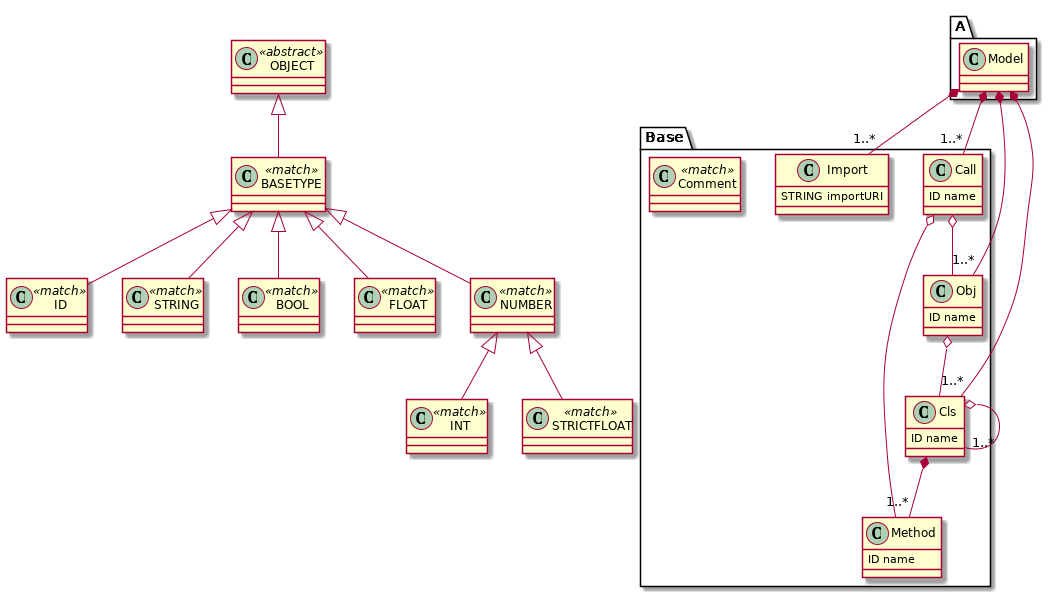
This is examples/render_all_grammars/pu/tests_functional_test_scoping_metamodel_provider3_A.png from textX/textX, a PlantUML export, as it was before one commit. Its diagram source:
```plantuml
@startuml
            set namespaceSeparator .
        A.Model *-- "1..*" Base.Import
A.Model *-- "1..*" Base.Cls
A.Model *-- "1..*" Base.Obj
A.Model *-- "1..*" Base.Call
class A.Model  {
}


class ID <<match>> {
}


class STRING <<match>> {
}


class BOOL <<match>> {
}


class INT <<match>> {
}


class FLOAT <<match>> {
}


class STRICTFLOAT <<match>> {
}


class NUMBER <<match>> {
}

NUMBER <|-- STRICTFLOAT
NUMBER <|-- INT

class BASETYPE <<match>> {
}

BASETYPE <|-- NUMBER
BASETYPE <|-- FLOAT
BASETYPE <|-- BOOL
BASETYPE <|-- ID
BASETYPE <|-- STRING

class OBJECT <<abstract>> {
}

OBJECT <|-- BASETYPE

Base.Cls o-- "1..*" Base.Cls
Base.Cls *-- "1..*" Base.Method
class Base.Cls  {
ID name
}


class Base.Method  {
ID name
}


Base.Obj o-- Base.Cls
class Base.Obj  {
ID name
}


Base.Call o-- Base.Obj
Base.Call o-- Base.Method
class Base.Call  {
ID name
}


class Base.Import  {
STRING importURI
}


class Base.Comment <<match>> {
}


@enduml
```
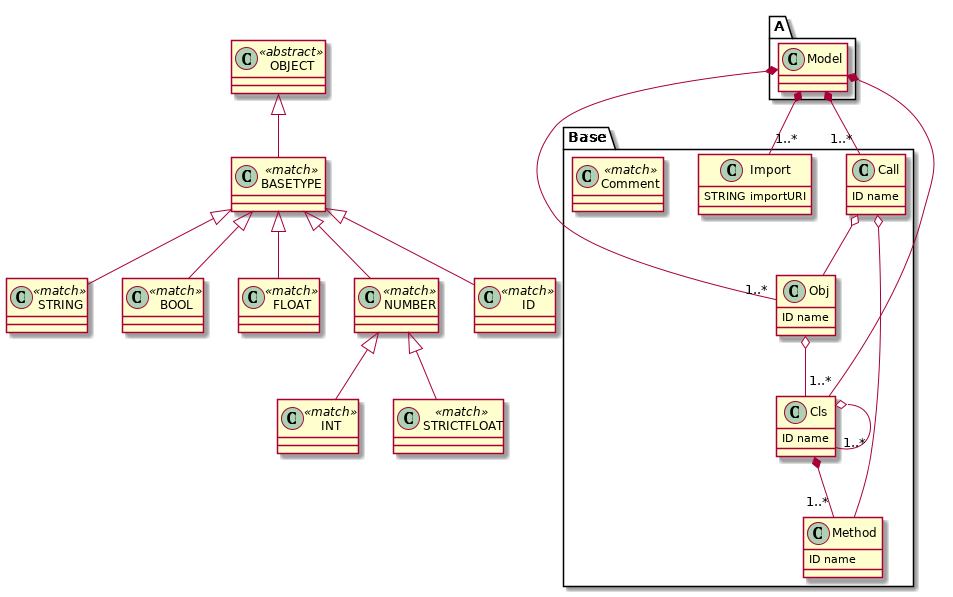
After the change.

Change to the diagram source:
```diff
@@ -1,9 +1,7 @@
 @startuml
-            set namespaceSeparator .
-        A.Model *-- "1..*" Base.Import
-A.Model *-- "1..*" Base.Cls
-A.Model *-- "1..*" Base.Obj
-A.Model *-- "1..*" Base.Call
+set namespaceSeparator .
+
+
 class A.Model  {
 }
 
@@ -35,50 +33,37 @@
 class NUMBER <<match>> {
 }
 
-NUMBER <|-- STRICTFLOAT
-NUMBER <|-- INT
 
 class BASETYPE <<match>> {
 }
 
-BASETYPE <|-- NUMBER
-BASETYPE <|-- FLOAT
-BASETYPE <|-- BOOL
-BASETYPE <|-- ID
-BASETYPE <|-- STRING
 
 class OBJECT <<abstract>> {
 }
 
-OBJECT <|-- BASETYPE
 
-Base.Cls o-- "1..*" Base.Cls
-Base.Cls *-- "1..*" Base.Method
 class Base.Cls  {
-ID name
+  ID name
 }
 
 
 class Base.Method  {
-ID name
+  ID name
 }
 
 
-Base.Obj o-- Base.Cls
 class Base.Obj  {
-ID name
+  ID name
 }
 
 
-Base.Call o-- Base.Obj
-Base.Call o-- Base.Method
 class Base.Call  {
-ID name
+  ID name
 }
 
 
 class Base.Import  {
-STRING importURI
+  STRING importURI
 }
 
 
@@ -86,4 +71,21 @@
 }
 
 
+A.Model *-- "1..*" Base.Import
+A.Model *-- "1..*" Base.Cls
+A.Model *-- "1..*" Base.Obj
+A.Model *-- "1..*" Base.Call
+NUMBER <|-- STRICTFLOAT
+NUMBER <|-- INT
+BASETYPE <|-- NUMBER
+BASETYPE <|-- FLOAT
+BASETYPE <|-- BOOL
+BASETYPE <|-- ID
+BASETYPE <|-- STRING
+OBJECT <|-- BASETYPE
+Base.Cls o-- "1..*" Base.Cls
+Base.Cls *-- "1..*" Base.Method
+Base.Obj o-- Base.Cls
+Base.Call o-- Base.Obj
+Base.Call o-- Base.Method
 @enduml
```
